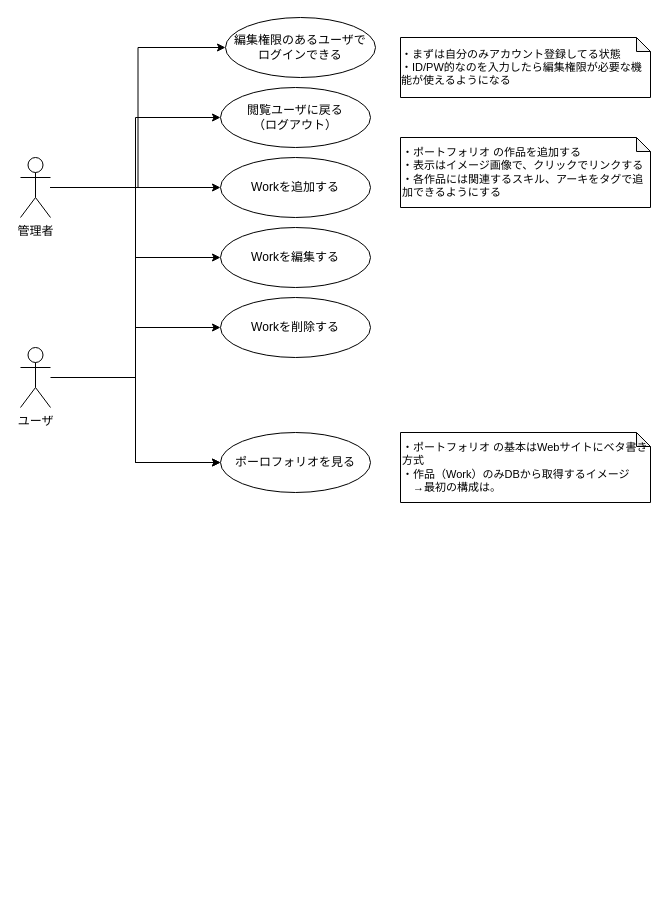
Above: page "UseCase" (1 of 2) of docs/myportfolio-model.drawio in tonamao/myPortfolio (draw.io), before the change. Source tidied: cells renumbered, new cells numbered last; positions are measured from the earlier drawing's top-left corner, leaving out a move shared by most shapes. Both pictures are drawn from the tidied source at 100%, with x=0, y=0 at pixel (20, 17).
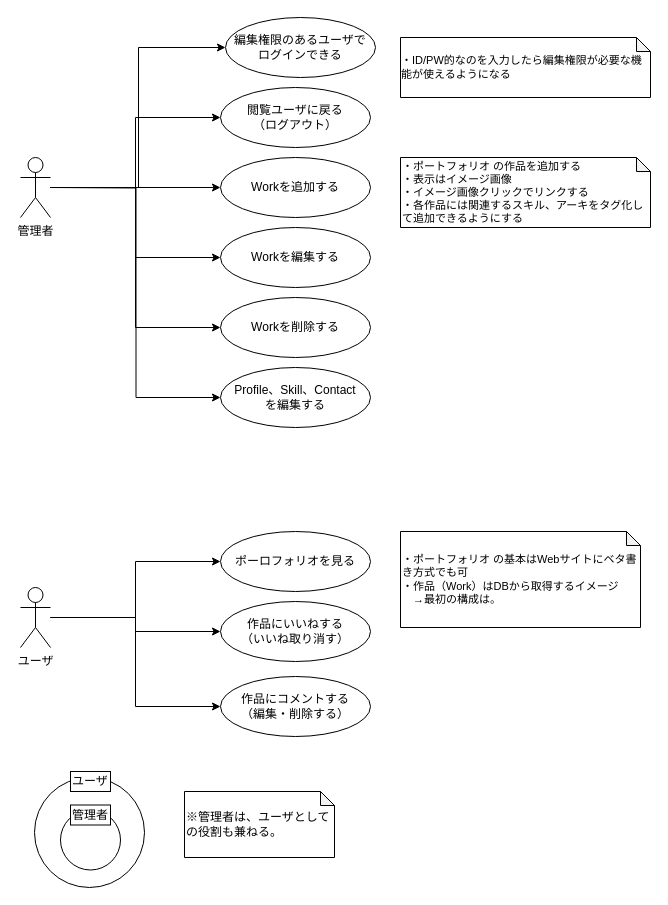
The same diagram, later.

Unchanged cells that the change refers to:
```xml
<mxCell id="4" value="編集権限のあるユーザで&lt;br&gt;ログインできる" style="ellipse;whiteSpace=wrap;html=1;" parent="1" vertex="1">
  <mxGeometry x="205" width="150" height="60" as="geometry" />
</mxCell>
<mxCell id="16" value="管理者" style="shape=umlActor;verticalLabelPosition=bottom;verticalAlign=top;html=1;" parent="1" vertex="1">
  <mxGeometry y="140" width="30" height="60" as="geometry" />
</mxCell>
```

What changed in the source:
```diff
@@
     <mxCell id="2" value="ポーロフォリオを見る" style="ellipse;whiteSpace=wrap;html=1;" parent="1" vertex="1">
-      <mxGeometry x="200" y="415" width="150" height="60" as="geometry" />
+      <mxGeometry x="200" y="514" width="150" height="60" as="geometry" />
     </mxCell>
@@
-    <mxCell id="8" value="&lt;div style=&quot;text-align: left ; font-size: 11px&quot;&gt;&lt;span&gt;&lt;font style=&quot;font-size: 11px&quot;&gt;・まずは自分のみアカウント登録してる状態&lt;/font&gt;&lt;/span&gt;&lt;/div&gt;&lt;div style=&quot;text-align: left ; font-size: 11px&quot;&gt;&lt;span&gt;&lt;font style=&quot;font-size: 11px&quot;&gt;・ID/PW的なのを入力したら編集権限が必要な機能が使えるようになる&lt;/font&gt;&lt;/span&gt;&lt;/div&gt;" style="shape=note;whiteSpace=wrap;html=1;backgroundOutline=1;darkOpacity=0.05;size=14;" parent="1" vertex="1">
+    <mxCell id="8" value="&lt;div style=&quot;text-align: left ; font-size: 11px&quot;&gt;&lt;span&gt;・ID/PW的なのを入力したら編集権限が必要な機能が使えるようになる&lt;/span&gt;&lt;br&gt;&lt;/div&gt;" style="shape=note;whiteSpace=wrap;html=1;backgroundOutline=1;darkOpacity=0.05;size=14;" parent="1" vertex="1">
       <mxGeometry x="380" y="20" width="250" height="60" as="geometry" />
     </mxCell>
-    <mxCell id="9" value="&lt;div style=&quot;font-size: 11px&quot;&gt;&lt;span&gt;&lt;font style=&quot;font-size: 11px&quot;&gt;・ポートフォリオ の作品を追加する&lt;br&gt;&lt;/font&gt;&lt;/span&gt;&lt;/div&gt;&lt;div style=&quot;font-size: 11px&quot;&gt;&lt;span&gt;&lt;font style=&quot;font-size: 11px&quot;&gt;・表示はイメージ画像で、クリックでリンクする&lt;/font&gt;&lt;/span&gt;&lt;/div&gt;&lt;div style=&quot;font-size: 11px&quot;&gt;&lt;span&gt;&lt;font style=&quot;font-size: 11px&quot;&gt;・各作品には関連するスキル、アーキをタグで追加できるようにする&lt;/font&gt;&lt;/span&gt;&lt;/div&gt;" style="shape=note;whiteSpace=wrap;html=1;backgroundOutline=1;darkOpacity=0.05;size=14;align=left;" parent="1" vertex="1">
-      <mxGeometry x="380" y="120" width="250" height="70" as="geometry" />
+    <mxCell id="9" value="&lt;div style=&quot;font-size: 11px&quot;&gt;&lt;span&gt;&lt;font style=&quot;font-size: 11px&quot;&gt;・ポートフォリオ の作品を追加する&lt;br&gt;&lt;/font&gt;&lt;/span&gt;&lt;/div&gt;&lt;div style=&quot;font-size: 11px&quot;&gt;&lt;span&gt;&lt;font style=&quot;font-size: 11px&quot;&gt;・表示はイメージ画像&lt;/font&gt;&lt;/span&gt;&lt;/div&gt;&lt;div style=&quot;font-size: 11px&quot;&gt;&lt;span&gt;&lt;font style=&quot;font-size: 11px&quot;&gt;・イメージ画像クリックでリンクする&lt;/font&gt;&lt;/span&gt;&lt;/div&gt;&lt;div style=&quot;font-size: 11px&quot;&gt;&lt;span&gt;&lt;font style=&quot;font-size: 11px&quot;&gt;・各作品には関連するスキル、アーキをタグ化して追加できるようにする&lt;/font&gt;&lt;/span&gt;&lt;/div&gt;" style="shape=note;whiteSpace=wrap;html=1;backgroundOutline=1;darkOpacity=0.05;size=14;align=left;" parent="1" vertex="1">
+      <mxGeometry x="380" y="140" width="250" height="70" as="geometry" />
     </mxCell>
     <mxCell id="10" style="edgeStyle=orthogonalEdgeStyle;rounded=0;jettySize=auto;html=1;entryX=0;entryY=0.5;entryDx=0;entryDy=0;" parent="1" edge="1" source="16" target="4">
-      <mxGeometry relative="1" as="geometry" />
+      <mxGeometry relative="1" as="geometry">
+        <Array as="points">
+          <mxPoint x="118" y="170" />
+          <mxPoint x="118" y="30" />
+        </Array>
+      </mxGeometry>
     </mxCell>
@@
-    <mxCell id="15" style="edgeStyle=orthogonalEdgeStyle;rounded=0;jettySize=auto;html=1;entryX=0;entryY=0.5;entryDx=0;entryDy=0;" parent="1" edge="1" source="16" target="2">
-      <mxGeometry relative="1" as="geometry" />
-    </mxCell>
@@
     <mxCell id="18" value="ユーザ" style="shape=umlActor;verticalLabelPosition=bottom;verticalAlign=top;html=1;" parent="1" vertex="1">
-      <mxGeometry y="330" width="30" height="60" as="geometry" />
+      <mxGeometry y="570" width="30" height="60" as="geometry" />
     </mxCell>
-    <mxCell id="19" value="&lt;div style=&quot;font-size: 11px&quot;&gt;・ポートフォリオ の基本はWebサイトにベタ書き方式&lt;/div&gt;&lt;div style=&quot;font-size: 11px&quot;&gt;・作品（Work）のみDBから取得するイメージ&lt;/div&gt;&lt;div style=&quot;font-size: 11px&quot;&gt;　→最初の構成は。&lt;/div&gt;" style="shape=note;whiteSpace=wrap;html=1;backgroundOutline=1;darkOpacity=0.05;size=14;align=left;" parent="1" vertex="1">
-      <mxGeometry x="380" y="415" width="250" height="70" as="geometry" />
+    <mxCell id="19" value="&lt;div style=&quot;font-size: 11px&quot;&gt;・ポートフォリオ の基本はWebサイトにベタ書き方式でも可&lt;/div&gt;&lt;div style=&quot;font-size: 11px&quot;&gt;・作品（Work）はDBから取得するイメージ&lt;/div&gt;&lt;div style=&quot;font-size: 11px&quot;&gt;　→最初の構成は。&lt;/div&gt;" style="shape=note;whiteSpace=wrap;html=1;backgroundOutline=1;darkOpacity=0.05;size=14;align=left;" parent="1" vertex="1">
+      <mxGeometry x="380" y="514" width="240" height="96" as="geometry" />
     </mxCell>
+    <mxCell id="20" value="作品にいいねする&lt;br&gt;（いいね取り消す）" style="ellipse;whiteSpace=wrap;html=1;" parent="1" vertex="1">
+      <mxGeometry x="200" y="584" width="150" height="60" as="geometry" />
+    </mxCell>
+    <mxCell id="21" value="作品にコメントする&lt;br&gt;（編集・削除する）" style="ellipse;whiteSpace=wrap;html=1;" parent="1" vertex="1">
+      <mxGeometry x="200" y="659" width="150" height="60" as="geometry" />
+    </mxCell>
+    <mxCell id="22" style="edgeStyle=orthogonalEdgeStyle;rounded=0;jettySize=auto;html=1;entryX=0;entryY=0.5;entryDx=0;entryDy=0;" parent="1" edge="1" source="18" target="20">
+      <mxGeometry relative="1" as="geometry" />
+    </mxCell>
+    <mxCell id="23" style="edgeStyle=orthogonalEdgeStyle;rounded=0;jettySize=auto;html=1;entryX=0;entryY=0.5;entryDx=0;entryDy=0;" parent="1" edge="1" source="18" target="21">
+      <mxGeometry relative="1" as="geometry" />
+    </mxCell>
+    <mxCell id="24" value="Profile、Skill、Contact&lt;br&gt;を編集する" style="ellipse;whiteSpace=wrap;html=1;" parent="1" vertex="1">
+      <mxGeometry x="200" y="350" width="150" height="60" as="geometry" />
+    </mxCell>
+    <mxCell id="25" style="edgeStyle=orthogonalEdgeStyle;rounded=0;jettySize=auto;html=1;entryX=0;entryY=0.5;entryDx=0;entryDy=0;" parent="1" edge="1" target="24">
+      <mxGeometry relative="1" as="geometry">
+        <mxPoint x="30" y="170" as="sourcePoint" />
+      </mxGeometry>
+    </mxCell>
+    <mxCell id="26" style="ellipse;whiteSpace=wrap;html=1;fillColor=none;" parent="1" vertex="1">
+      <mxGeometry x="14" y="760" width="110" height="110" as="geometry" />
+    </mxCell>
+    <mxCell id="27" style="ellipse;whiteSpace=wrap;html=1;fillColor=none;" parent="1" vertex="1">
+      <mxGeometry x="40" y="792.5" width="60" height="60" as="geometry" />
+    </mxCell>
+    <mxCell id="28" value="ユーザ" style="text;html=1;align=center;verticalAlign=middle;whiteSpace=wrap;rounded=0;fillColor=#ffffff;strokeColor=#000000;" parent="1" vertex="1">
+      <mxGeometry x="50" y="754" width="40" height="20" as="geometry" />
+    </mxCell>
+    <mxCell id="29" value="管理者" style="text;html=1;align=center;verticalAlign=middle;whiteSpace=wrap;rounded=0;fillColor=#ffffff;strokeColor=#000000;" parent="1" vertex="1">
+      <mxGeometry x="50" y="787.5" width="40" height="20" as="geometry" />
+    </mxCell>
+    <mxCell id="30" value="※管理者は、ユーザとしての役割も兼ねる。" style="shape=note;whiteSpace=wrap;html=1;backgroundOutline=1;darkOpacity=0.05;size=14;align=left;" parent="1" vertex="1">
+      <mxGeometry x="164" y="774" width="150" height="66" as="geometry" />
+    </mxCell>
```
